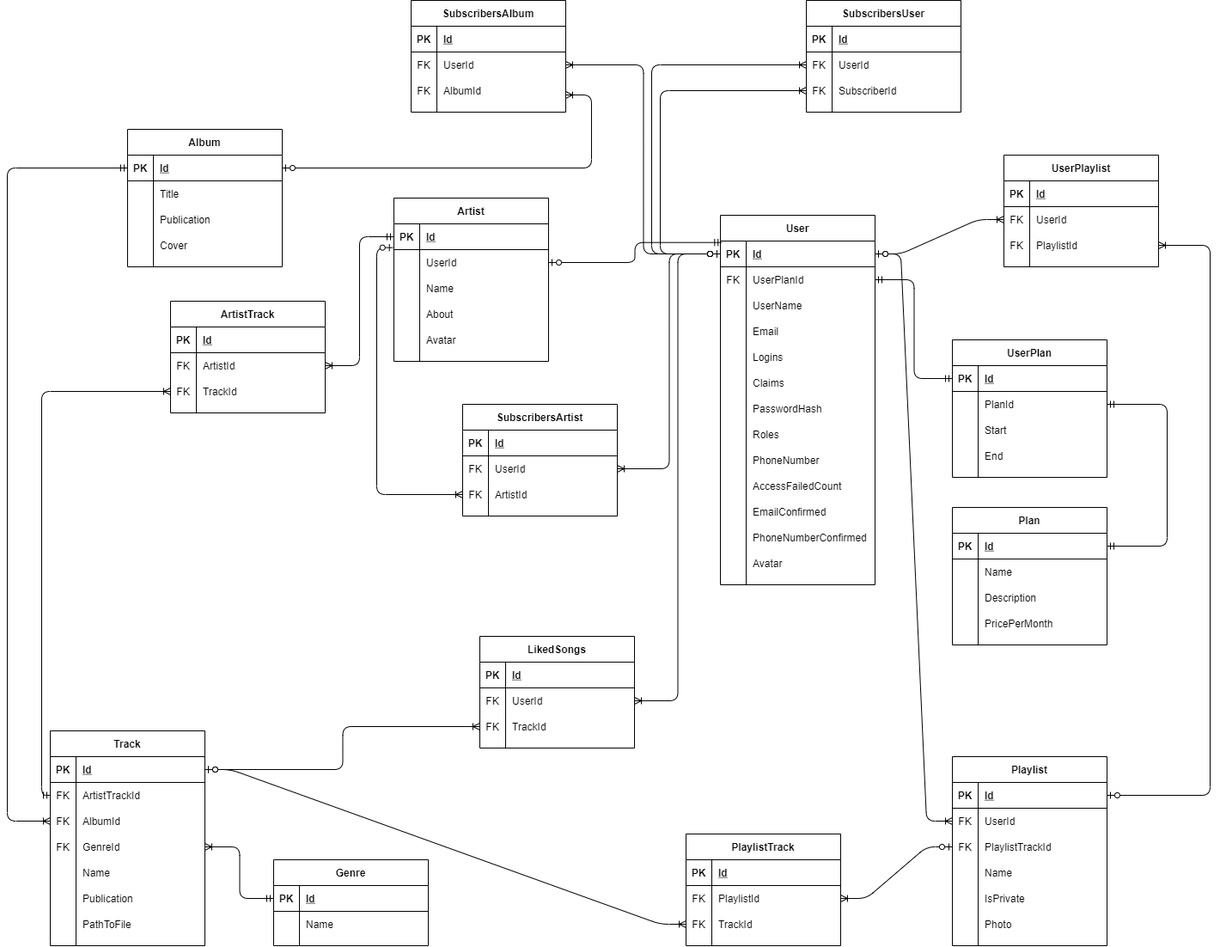
TimSon777/LiWiMus keeps this draw.io diagram as docs/ERD.png. Above is the earlier version. Source tidied: cells renumbered, new cells last; positions are measured from the earlier drawing's top-left corner, leaving out a move shared by most shapes.
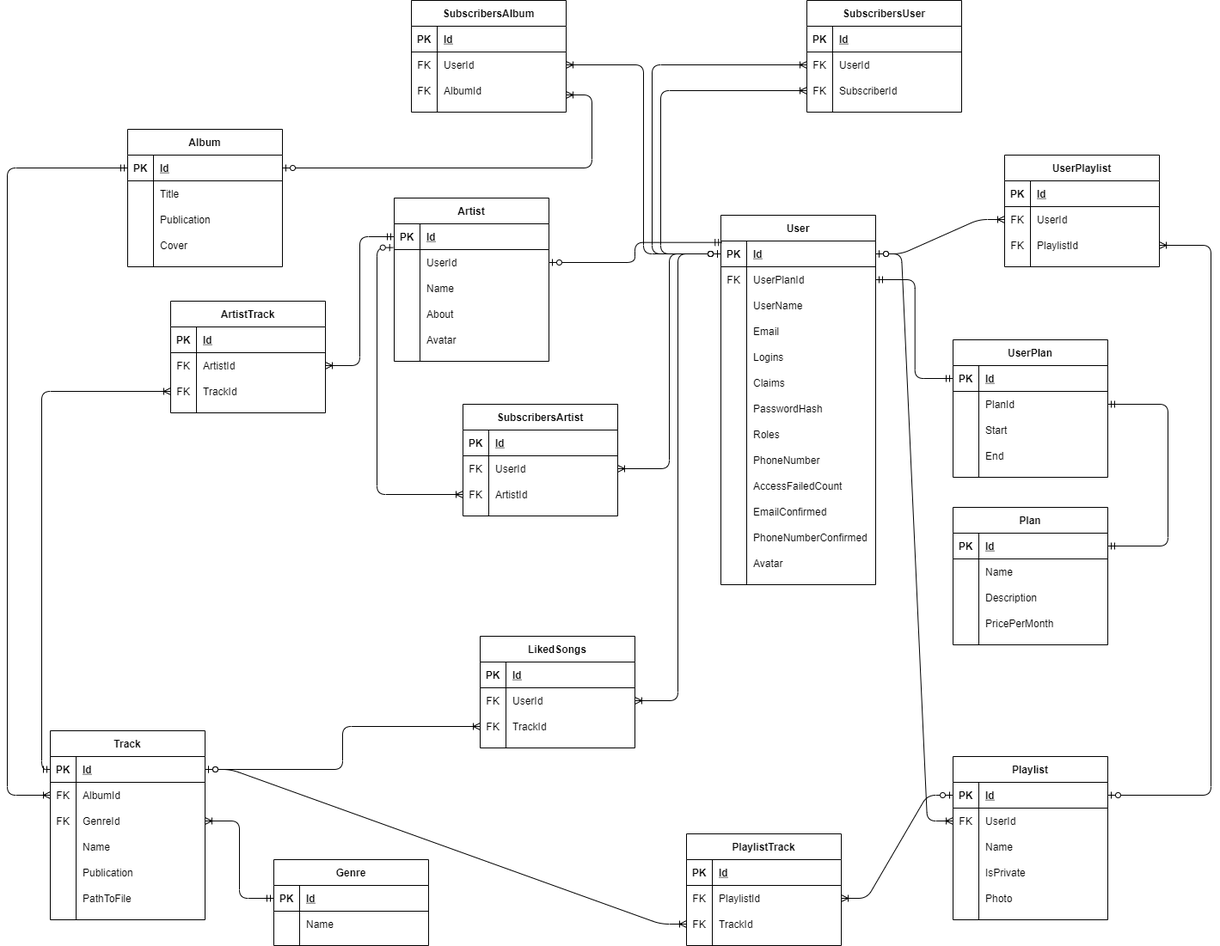
Above is the later version.

Commit message:
Fix bags ERD

Diff of the diagram source:
```diff
@@ -210,7 +210,7 @@
       <mxGeometry x="30" width="150" height="30" as="geometry" />
     </mxCell>
     <mxCell id="71" value="Track" style="shape=table;startSize=30;rowLines=0;fontStyle=1;align=center;" parent="1" vertex="1">
-      <mxGeometry x="50" y="850" width="180" height="250" as="geometry" />
+      <mxGeometry x="50" y="850" width="180" height="220" as="geometry" />
     </mxCell>
     <mxCell id="72" style="shape=partialRectangle;fillColor=none;top=0;left=0;bottom=1;right=0;points=[[0,0.5],[1,0.5]];portConstraint=eastwest;" parent="71" vertex="1">
       <mxGeometry y="30" width="180" height="30" as="geometry" />
@@ -221,17 +221,8 @@
     <mxCell id="74" value="Id" style="shape=partialRectangle;fillColor=none;top=0;left=0;bottom=0;right=0;align=left;spacingLeft=6;fontStyle=5;overflow=hidden;" parent="72" vertex="1">
       <mxGeometry x="30" width="150" height="30" as="geometry" />
     </mxCell>
-    <mxCell id="75" style="shape=partialRectangle;fillColor=none;top=0;left=0;bottom=0;right=0;points=[[0,0.5],[1,0.5]];portConstraint=eastwest;" parent="71" vertex="1">
-      <mxGeometry y="60" width="180" height="30" as="geometry" />
-    </mxCell>
-    <mxCell id="76" value="FK" style="shape=partialRectangle;fillColor=none;top=0;left=0;bottom=0;right=0;overflow=hidden;" parent="75" vertex="1">
-      <mxGeometry width="30" height="30" as="geometry" />
-    </mxCell>
-    <mxCell id="77" value="ArtistTrackId" style="shape=partialRectangle;fillColor=none;top=0;left=0;bottom=0;right=0;align=left;spacingLeft=6;overflow=hidden;" parent="75" vertex="1">
-      <mxGeometry x="30" width="150" height="30" as="geometry" />
-    </mxCell>
     <mxCell id="78" style="shape=partialRectangle;fillColor=none;top=0;left=0;bottom=0;right=0;points=[[0,0.5],[1,0.5]];portConstraint=eastwest;" parent="71" vertex="1">
-      <mxGeometry y="90" width="180" height="30" as="geometry" />
+      <mxGeometry y="60" width="180" height="30" as="geometry" />
     </mxCell>
     <mxCell id="79" value="FK" style="shape=partialRectangle;fillColor=none;top=0;left=0;bottom=0;right=0;overflow=hidden;" parent="78" vertex="1">
       <mxGeometry width="30" height="30" as="geometry" />
@@ -240,7 +231,7 @@
       <mxGeometry x="30" width="150" height="30" as="geometry" />
     </mxCell>
     <mxCell id="81" style="shape=partialRectangle;fillColor=none;top=0;left=0;bottom=0;right=0;points=[[0,0.5],[1,0.5]];portConstraint=eastwest;" parent="71" vertex="1">
-      <mxGeometry y="120" width="180" height="30" as="geometry" />
+      <mxGeometry y="90" width="180" height="30" as="geometry" />
     </mxCell>
     <mxCell id="82" value="FK" style="shape=partialRectangle;fillColor=none;top=0;left=0;bottom=0;right=0;overflow=hidden;" parent="81" vertex="1">
       <mxGeometry width="30" height="30" as="geometry" />
@@ -249,7 +240,7 @@
       <mxGeometry x="30" width="150" height="30" as="geometry" />
     </mxCell>
     <mxCell id="84" style="shape=partialRectangle;fillColor=none;top=0;left=0;bottom=0;right=0;" parent="71" vertex="1">
-      <mxGeometry y="150" width="180" height="30" as="geometry" />
+      <mxGeometry y="120" width="180" height="30" as="geometry" />
     </mxCell>
     <mxCell id="85" style="shape=partialRectangle;fillColor=none;top=0;left=0;bottom=0;right=0;overflow=hidden;" parent="84" vertex="1">
       <mxGeometry width="30" height="30" as="geometry" />
@@ -258,7 +249,7 @@
       <mxGeometry x="30" width="150" height="30" as="geometry" />
     </mxCell>
     <mxCell id="87" style="shape=partialRectangle;fillColor=none;top=0;left=0;bottom=0;right=0;" parent="71" vertex="1">
-      <mxGeometry y="180" width="180" height="30" as="geometry" />
+      <mxGeometry y="150" width="180" height="30" as="geometry" />
     </mxCell>
     <mxCell id="88" style="shape=partialRectangle;fillColor=none;top=0;left=0;bottom=0;right=0;overflow=hidden;" parent="87" vertex="1">
       <mxGeometry width="30" height="30" as="geometry" />
@@ -267,7 +258,7 @@
       <mxGeometry x="30" width="150" height="30" as="geometry" />
     </mxCell>
     <mxCell id="90" style="shape=partialRectangle;fillColor=none;top=0;left=0;bottom=0;right=0;" parent="71" vertex="1">
-      <mxGeometry y="210" width="180" height="30" as="geometry" />
+      <mxGeometry y="180" width="180" height="30" as="geometry" />
     </mxCell>
     <mxCell id="91" style="shape=partialRectangle;fillColor=none;top=0;left=0;bottom=0;right=0;overflow=hidden;" parent="90" vertex="1">
       <mxGeometry width="30" height="30" as="geometry" />
@@ -339,7 +330,7 @@
     <mxCell id="112" style="edgeStyle=orthogonalEdgeStyle;fontSize=12;html=1;endArrow=ERoneToMany;startArrow=ERmandOne;strokeColor=#000000;entryX=1;entryY=0.5;entryDx=0;entryDy=0;exitX=0;exitY=0.5;exitDx=0;exitDy=0;" parent="1" edge="1" source="43" target="106">
       <mxGeometry relative="1" as="geometry" />
     </mxCell>
-    <mxCell id="113" style="edgeStyle=elbowEdgeStyle;fontSize=12;html=1;endArrow=ERoneToMany;startArrow=ERmandOne;strokeColor=#000000;exitX=0;exitY=0.5;exitDx=0;exitDy=0;entryX=0;entryY=0.5;entryDx=0;entryDy=0;" parent="1" edge="1" source="75" target="109">
+    <mxCell id="113" style="edgeStyle=elbowEdgeStyle;fontSize=12;html=1;endArrow=ERoneToMany;startArrow=ERmandOne;strokeColor=#000000;entryX=0;entryY=0.5;entryDx=0;entryDy=0;exitX=0;exitY=0.5;exitDx=0;exitDy=0;" parent="1" edge="1" source="72" target="109">
       <mxGeometry relative="1" as="geometry">
         <Array as="points">
           <mxPoint x="40" y="700" />
@@ -347,7 +338,7 @@
       </mxGeometry>
     </mxCell>
     <mxCell id="114" value="Playlist" style="shape=table;startSize=30;rowLines=0;fontStyle=1;align=center;" parent="1" vertex="1">
-      <mxGeometry x="1100" y="880" width="180" height="220" as="geometry" />
+      <mxGeometry x="1100" y="880" width="180" height="190" as="geometry" />
     </mxCell>
     <mxCell id="115" style="shape=partialRectangle;fillColor=none;top=0;left=0;bottom=1;right=0;points=[[0,0.5],[1,0.5]];portConstraint=eastwest;" parent="114" vertex="1">
       <mxGeometry y="30" width="180" height="30" as="geometry" />
@@ -367,17 +358,8 @@
     <mxCell id="120" value="UserId" style="shape=partialRectangle;fillColor=none;top=0;left=0;bottom=0;right=0;align=left;spacingLeft=6;overflow=hidden;" parent="118" vertex="1">
       <mxGeometry x="30" width="150" height="30" as="geometry" />
     </mxCell>
-    <mxCell id="121" style="shape=partialRectangle;fillColor=none;top=0;left=0;bottom=0;right=0;points=[[0,0.5],[1,0.5]];portConstraint=eastwest;" parent="114" vertex="1">
-      <mxGeometry y="90" width="180" height="30" as="geometry" />
-    </mxCell>
-    <mxCell id="122" value="FK" style="shape=partialRectangle;fillColor=none;top=0;left=0;bottom=0;right=0;overflow=hidden;" parent="121" vertex="1">
-      <mxGeometry width="30" height="30" as="geometry" />
-    </mxCell>
-    <mxCell id="123" value="PlaylistTrackId" style="shape=partialRectangle;fillColor=none;top=0;left=0;bottom=0;right=0;align=left;spacingLeft=6;overflow=hidden;" parent="121" vertex="1">
-      <mxGeometry x="30" width="150" height="30" as="geometry" />
-    </mxCell>
     <mxCell id="124" style="shape=partialRectangle;fillColor=none;top=0;left=0;bottom=0;right=0;" parent="114" vertex="1">
-      <mxGeometry y="120" width="180" height="30" as="geometry" />
+      <mxGeometry y="90" width="180" height="30" as="geometry" />
     </mxCell>
     <mxCell id="125" style="shape=partialRectangle;fillColor=none;top=0;left=0;bottom=0;right=0;overflow=hidden;" parent="124" vertex="1">
       <mxGeometry width="30" height="30" as="geometry" />
@@ -386,7 +368,7 @@
       <mxGeometry x="30" width="150" height="30" as="geometry" />
     </mxCell>
     <mxCell id="127" style="shape=partialRectangle;fillColor=none;top=0;left=0;bottom=0;right=0;" parent="114" vertex="1">
-      <mxGeometry y="150" width="180" height="30" as="geometry" />
+      <mxGeometry y="120" width="180" height="30" as="geometry" />
     </mxCell>
     <mxCell id="128" style="shape=partialRectangle;fillColor=none;top=0;left=0;bottom=0;right=0;overflow=hidden;" parent="127" vertex="1">
       <mxGeometry width="30" height="30" as="geometry" />
@@ -395,7 +377,7 @@
       <mxGeometry x="30" width="150" height="30" as="geometry" />
     </mxCell>
     <mxCell id="130" style="shape=partialRectangle;fillColor=none;top=0;left=0;bottom=0;right=0;" parent="114" vertex="1">
-      <mxGeometry y="180" width="180" height="30" as="geometry" />
+      <mxGeometry y="150" width="180" height="30" as="geometry" />
     </mxCell>
     <mxCell id="131" style="shape=partialRectangle;fillColor=none;top=0;left=0;bottom=0;right=0;overflow=hidden;" parent="130" vertex="1">
       <mxGeometry width="30" height="30" as="geometry" />
@@ -439,7 +421,7 @@
     <mxCell id="144" style="edgeStyle=entityRelationEdgeStyle;fontSize=12;html=1;endArrow=ERoneToMany;startArrow=ERzeroToOne;strokeColor=#000000;exitX=1;exitY=0.5;exitDx=0;exitDy=0;entryX=0;entryY=0.5;entryDx=0;entryDy=0;" parent="1" edge="1" source="72" target="141">
       <mxGeometry relative="1" as="geometry" />
     </mxCell>
-    <mxCell id="145" style="edgeStyle=entityRelationEdgeStyle;fontSize=12;html=1;endArrow=ERoneToMany;startArrow=ERzeroToOne;strokeColor=#000000;exitX=0;exitY=0.5;exitDx=0;exitDy=0;entryX=1;entryY=0.5;entryDx=0;entryDy=0;" parent="1" edge="1" source="121" target="138">
+    <mxCell id="145" style="edgeStyle=entityRelationEdgeStyle;fontSize=12;html=1;endArrow=ERoneToMany;startArrow=ERzeroToOne;strokeColor=#000000;exitX=0;exitY=0.5;exitDx=0;exitDy=0;entryX=1;entryY=0.5;entryDx=0;entryDy=0;" parent="1" edge="1" source="115" target="138">
       <mxGeometry relative="1" as="geometry" />
     </mxCell>
     <mxCell id="146" value="UserPlaylist" style="shape=table;startSize=30;rowLines=0;fontStyle=1;align=center;" parent="1" vertex="1">
```
